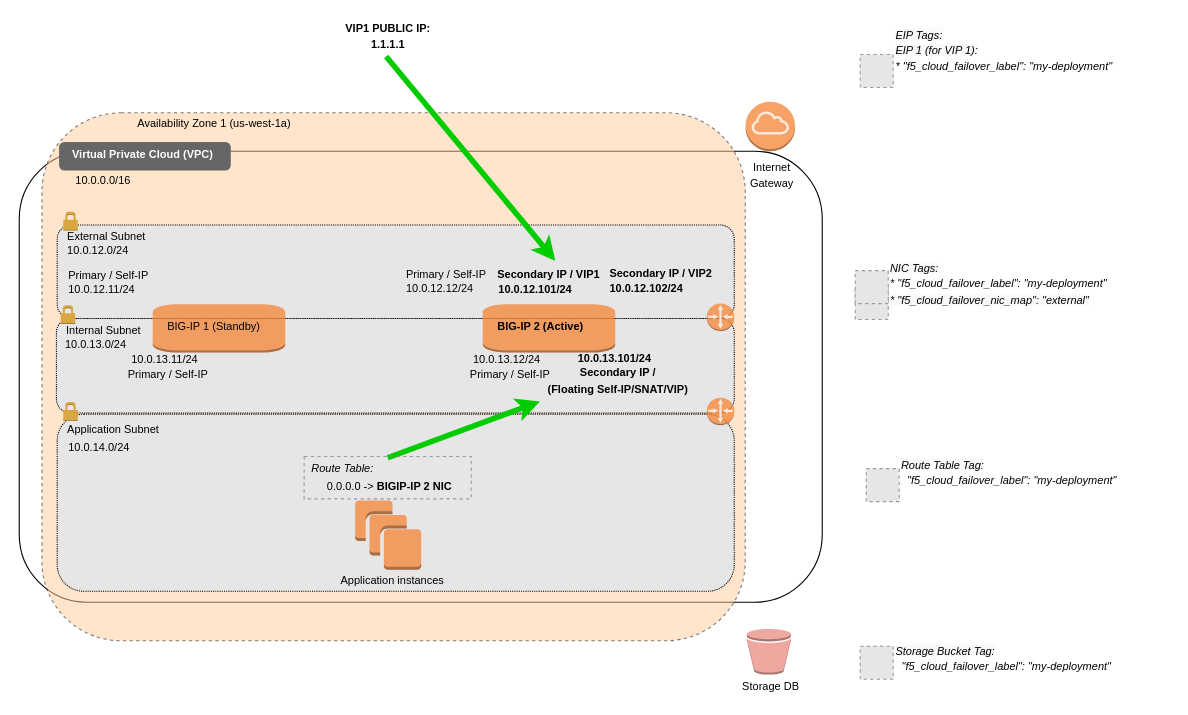
F5Networks/f5-cloud-failover-extension keeps this draw.io diagram as docs/images/aws/aws-failover-same-net-3nic-multiple-vips-2.drawio. Above is the earlier version. Source tidied: cells renumbered, new cells numbered last; positions are measured from the earlier drawing's top-left corner, leaving out a move shared by most shapes. Both pictures are drawn from the tidied source at 110%, with x=0, y=0 at pixel (19, 19). Pictures stored in the file or linked from it are replaced by grey dashed boxes.
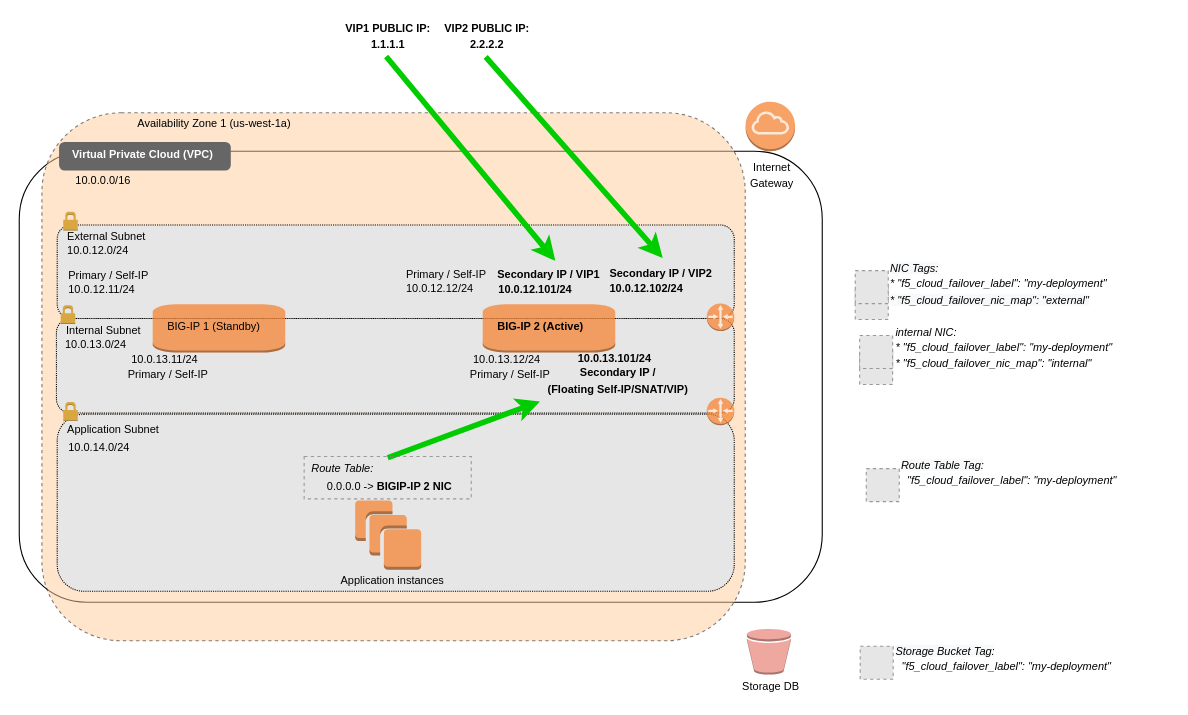
Above is the later version.

The change refers to these unchanged cells:
```xml
<mxCell id="52" value="&lt;font style=&quot;font-size: 10px&quot;&gt;&lt;span&gt;Secondary IP / VIP2&lt;/span&gt;&lt;/font&gt;" style="text;html=1;align=left;verticalAlign=middle;points=[];fontStyle=1;" parent="1" vertex="1">
  <mxGeometry x="534.7" y="221" width="110" height="20" as="geometry" />
</mxCell>
```

Diff of the diagram source:
```diff
@@
-    <mxCell id="41" value="&lt;font style=&quot;font-size: 10px&quot;&gt;&lt;i style=&quot;color: rgb(0 , 0 , 0) ; font-family: &amp;#34;helvetica&amp;#34; ; font-weight: 400 ; letter-spacing: normal ; text-align: center ; text-indent: 0px ; text-transform: none ; word-spacing: 0px ; background-color: rgb(248 , 249 , 250)&quot;&gt;EIP Tags: &lt;br&gt;EIP 1 (for VIP 1):&lt;br&gt;&lt;/i&gt;&lt;i style=&quot;font-family: &amp;#34;helvetica&amp;#34; ; text-align: center&quot;&gt;* &quot;f5_cloud_failover_label&quot;: &quot;my-deployment&quot;&lt;br&gt;&lt;/i&gt;&lt;i style=&quot;color: rgb(0 , 0 , 0) ; font-family: &amp;#34;helvetica&amp;#34; ; font-weight: 400 ; letter-spacing: normal ; text-align: center ; text-indent: 0px ; text-transform: none ; word-spacing: 0px ; background-color: rgb(248 , 249 , 250)&quot;&gt;&lt;br&gt;&lt;/i&gt;&lt;/font&gt;" style="text;whiteSpace=wrap;html=1;fontColor=#000000;" parent="1" vertex="1">
-      <mxGeometry x="794.5" width="250" height="75" as="geometry" />
-    </mxCell>
-    <mxCell id="42" style="fillColor=#E6E6E6;strokeColor=#999999;dashed=1;html=1;verticalAlign=top;verticalLabelPosition=bottom;labelBackgroundColor=#ffffff;fontColor=#000000;align=left;" parent="1" vertex="1">
-      <mxGeometry x="764.5" y="32" width="30" height="30" as="geometry" />
-    </mxCell>
@@
+    <mxCell id="61" style="fillColor=#E6E6E6;strokeColor=#999999;dashed=1;html=1;verticalAlign=top;verticalLabelPosition=bottom;labelBackgroundColor=#ffffff;fontColor=#000000;align=left;" parent="1" vertex="1">
+      <mxGeometry x="764" y="302" width="30" height="30" as="geometry" />
+    </mxCell>
+    <mxCell id="62" style="fillColor=#E6E6E6;strokeColor=#999999;dashed=1;html=1;verticalAlign=top;verticalLabelPosition=bottom;labelBackgroundColor=#ffffff;fontColor=#000000;align=left;" parent="1" vertex="1">
+      <mxGeometry x="764" y="287.5" width="30" height="30" as="geometry" />
+    </mxCell>
+    <mxCell id="63" value="&lt;font style=&quot;font-size: 10px&quot;&gt;&lt;i style=&quot;font-family: &amp;#34;helvetica&amp;#34; ; text-align: center&quot;&gt;internal NIC:&lt;br&gt;&lt;/i&gt;&lt;i style=&quot;font-family: &amp;#34;helvetica&amp;#34; ; text-align: center&quot;&gt;* &quot;f5_cloud_failover_label&quot;: &quot;my-deployment&quot;&lt;br&gt;&lt;/i&gt;&lt;i style=&quot;font-family: &amp;#34;helvetica&amp;#34; ; text-align: center&quot;&gt;* &quot;f5_cloud_failover_nic_map&quot;: &quot;internal&quot;&lt;/i&gt;&lt;i style=&quot;color: rgb(0 , 0 , 0) ; font-family: &amp;#34;helvetica&amp;#34; ; font-weight: 400 ; letter-spacing: normal ; text-align: center ; text-indent: 0px ; text-transform: none ; word-spacing: 0px ; background-color: rgb(248 , 249 , 250)&quot;&gt;&lt;br&gt;&lt;br&gt;&lt;br&gt;&lt;/i&gt;&lt;/font&gt;" style="text;whiteSpace=wrap;html=1;fontColor=#000000;" parent="1" vertex="1">
+      <mxGeometry x="795" y="270" width="250" height="53" as="geometry" />
+    </mxCell>
+    <mxCell id="64" value="&lt;font style=&quot;font-size: 10px&quot;&gt;&lt;b&gt;VIP2 PUBLIC IP:&lt;br&gt;2.2.2.2&lt;/b&gt;&lt;br&gt;&lt;/font&gt;" style="text;html=1;align=center;verticalAlign=middle;points=[];" parent="1" vertex="1">
+      <mxGeometry x="380" width="90" height="30" as="geometry" />
+    </mxCell>
+    <mxCell id="65" style="endArrow=classic;html=1;exitX=0.489;exitY=1.14;exitDx=0;exitDy=0;exitPerimeter=0;strokeColor=#00CC00;strokeWidth=5;entryX=0.457;entryY=-0.2;entryDx=0;entryDy=0;entryPerimeter=0;" parent="1" edge="1" source="64" target="52">
+      <mxGeometry relative="1" as="geometry" />
+    </mxCell>
```
